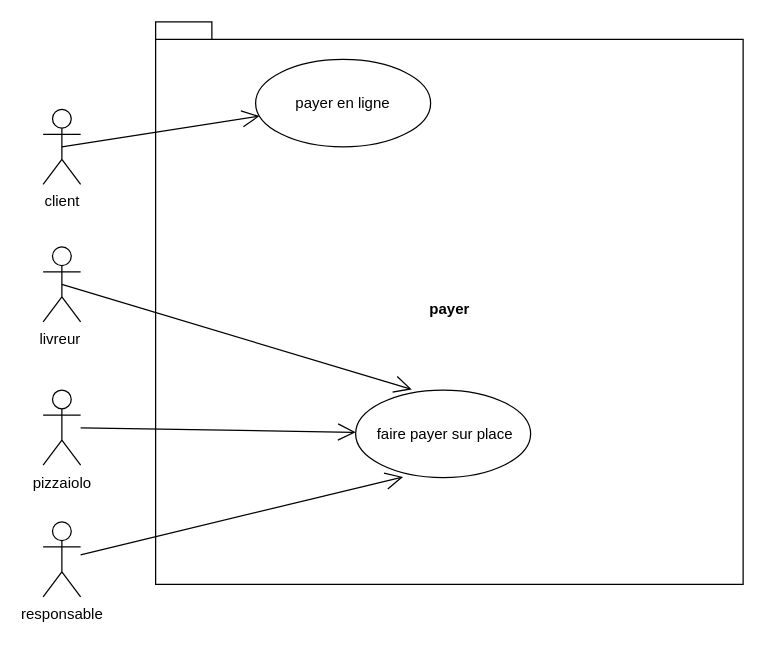
The draw.io diagram page "package payer" (5 of 7) of diagrammes réunis.drawio in robindauteuil/Diagramme_UML, before the edit. Source tidied: cells renumbered, new cells numbered last; positions are measured from the earlier drawing's top-left corner, leaving out a move shared by most shapes. Both pictures are drawn from the tidied source at 125%, with x=0, y=0 at pixel (42, 21).
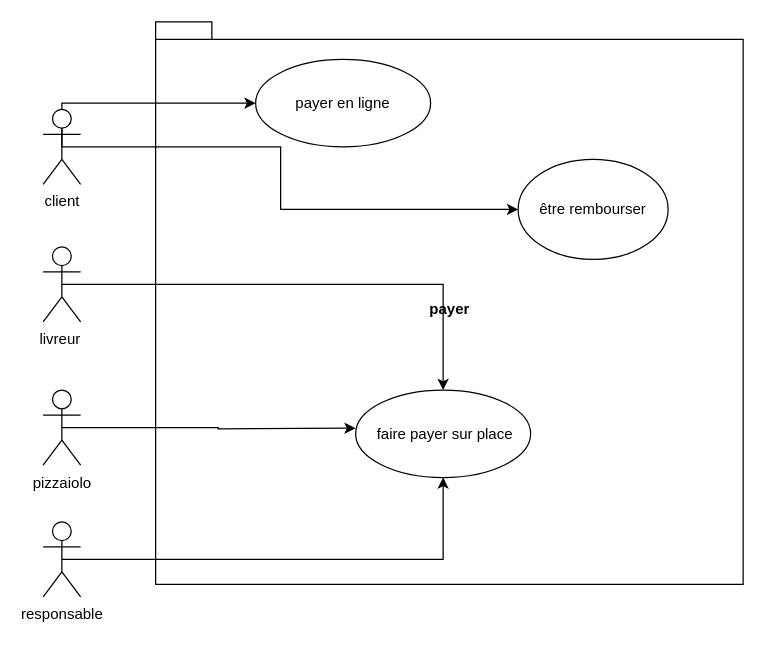
Above is the later version.

Diff of the diagram source:
```diff
@@
 <mxGraphModel>
   <root>
     <mxCell id="0" />
     <mxCell id="1" parent="0" />
     <mxCell id="2" value="payer" style="shape=folder;fontStyle=1;spacingTop=10;tabWidth=40;tabHeight=14;tabPosition=left;html=1;" parent="1" vertex="1">
       <mxGeometry x="90" width="470" height="450" as="geometry" />
     </mxCell>
     <mxCell id="3" value="payer en ligne" style="ellipse;whiteSpace=wrap;html=1;" parent="1" vertex="1">
       <mxGeometry x="170" y="30" width="140" height="70" as="geometry" />
     </mxCell>
     <mxCell id="4" value="&amp;nbsp;faire payer sur place" style="ellipse;whiteSpace=wrap;html=1;" parent="1" vertex="1">
       <mxGeometry x="250" y="294.5" width="140" height="70" as="geometry" />
     </mxCell>
+    <mxCell id="10" style="edgeStyle=orthogonalEdgeStyle;rounded=0;jettySize=auto;html=1;exitX=0.5;exitY=0.5;exitDx=0;exitDy=0;exitPerimeter=0;" parent="1" edge="1" source="5" target="4">
+      <mxGeometry relative="1" as="geometry" />
+    </mxCell>
     <mxCell id="5" value="livreur&amp;nbsp;" style="shape=umlActor;verticalLabelPosition=bottom;verticalAlign=top;html=1;" parent="1" vertex="1">
       <mxGeometry y="180" width="30" height="60" as="geometry" />
     </mxCell>
+    <mxCell id="13" style="edgeStyle=orthogonalEdgeStyle;rounded=0;jettySize=auto;html=1;exitX=0.5;exitY=0.5;exitDx=0;exitDy=0;exitPerimeter=0;entryX=0;entryY=0.5;entryDx=0;entryDy=0;" parent="1" edge="1" source="6" target="15">
+      <mxGeometry relative="1" as="geometry">
+        <Array as="points">
+          <mxPoint x="190" y="100" />
+          <mxPoint x="190" y="150" />
+        </Array>
+      </mxGeometry>
+    </mxCell>
+    <mxCell id="12" style="edgeStyle=orthogonalEdgeStyle;rounded=0;jettySize=auto;html=1;exitX=0.5;exitY=0.5;exitDx=0;exitDy=0;exitPerimeter=0;" parent="1" edge="1" source="6" target="3">
+      <mxGeometry relative="1" as="geometry">
+        <Array as="points">
+          <mxPoint x="15" y="65" />
+        </Array>
+      </mxGeometry>
+    </mxCell>
     <mxCell id="6" value="client" style="shape=umlActor;verticalLabelPosition=bottom;verticalAlign=top;html=1;" parent="1" vertex="1">
       <mxGeometry y="70" width="30" height="60" as="geometry" />
     </mxCell>
+    <mxCell id="14" style="edgeStyle=orthogonalEdgeStyle;rounded=0;jettySize=auto;html=1;exitX=0.5;exitY=0.5;exitDx=0;exitDy=0;exitPerimeter=0;" parent="1" edge="1" source="7">
+      <mxGeometry relative="1" as="geometry">
+        <mxPoint x="250" y="325" as="targetPoint" />
+      </mxGeometry>
+    </mxCell>
     <mxCell id="7" value="pizzaiolo" style="shape=umlActor;verticalLabelPosition=bottom;verticalAlign=top;html=1;" parent="1" vertex="1">
       <mxGeometry y="294.5" width="30" height="60" as="geometry" />
     </mxCell>
+    <mxCell id="11" style="edgeStyle=orthogonalEdgeStyle;rounded=0;jettySize=auto;html=1;exitX=0.5;exitY=0.5;exitDx=0;exitDy=0;exitPerimeter=0;entryX=0.5;entryY=1;entryDx=0;entryDy=0;" parent="1" edge="1" source="8" target="4">
+      <mxGeometry relative="1" as="geometry" />
+    </mxCell>
     <mxCell id="8" value="responsable" style="shape=umlActor;verticalLabelPosition=bottom;verticalAlign=top;html=1;" parent="1" vertex="1">
       <mxGeometry y="400" width="30" height="60" as="geometry" />
     </mxCell>
-    <mxCell id="9" style="endArrow=open;endFill=1;endSize=12;html=1;" parent="1" edge="1" source="7" target="4">
-      <mxGeometry relative="1" as="geometry" />
-    </mxCell>
-    <mxCell id="10" style="endArrow=open;endFill=1;endSize=12;html=1;exitX=0.5;exitY=0.5;exitDx=0;exitDy=0;exitPerimeter=0;entryX=0.321;entryY=-0.007;entryDx=0;entryDy=0;entryPerimeter=0;" parent="1" edge="1" source="5" target="4">
-      <mxGeometry relative="1" as="geometry" />
-    </mxCell>
-    <mxCell id="11" style="endArrow=open;endFill=1;endSize=12;html=1;entryX=0.271;entryY=0.993;entryDx=0;entryDy=0;entryPerimeter=0;" parent="1" edge="1" source="8" target="4">
-      <mxGeometry relative="1" as="geometry" />
-    </mxCell>
-    <mxCell id="12" style="endArrow=open;endFill=1;endSize=12;html=1;exitX=0.5;exitY=0.5;exitDx=0;exitDy=0;exitPerimeter=0;" parent="1" edge="1" source="6" target="3">
-      <mxGeometry relative="1" as="geometry" />
-    </mxCell>
+    <mxCell id="15" value="être rembourser" style="ellipse;whiteSpace=wrap;html=1;" parent="1" vertex="1">
+      <mxGeometry x="380" y="110" width="120" height="80" as="geometry" />
+    </mxCell>
   </root>
 </mxGraphModel>
```
